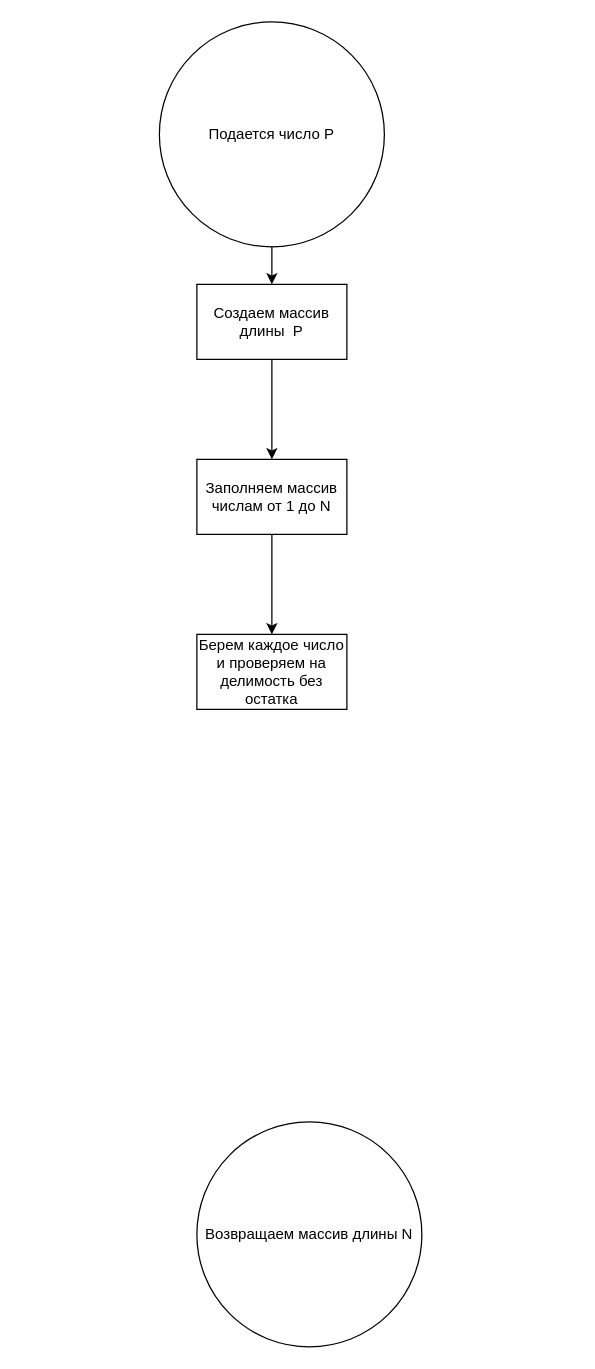
This is scheme.drawio from Redknight777999/Codewars, a draw.io file, before an edit. Source tidied: cells renumbered, new cells numbered last; positions are measured from the earlier drawing's top-left corner, leaving out a move shared by most shapes. Both pictures are drawn from the tidied source at 125%, with x=0, y=0 at pixel (159, 21).
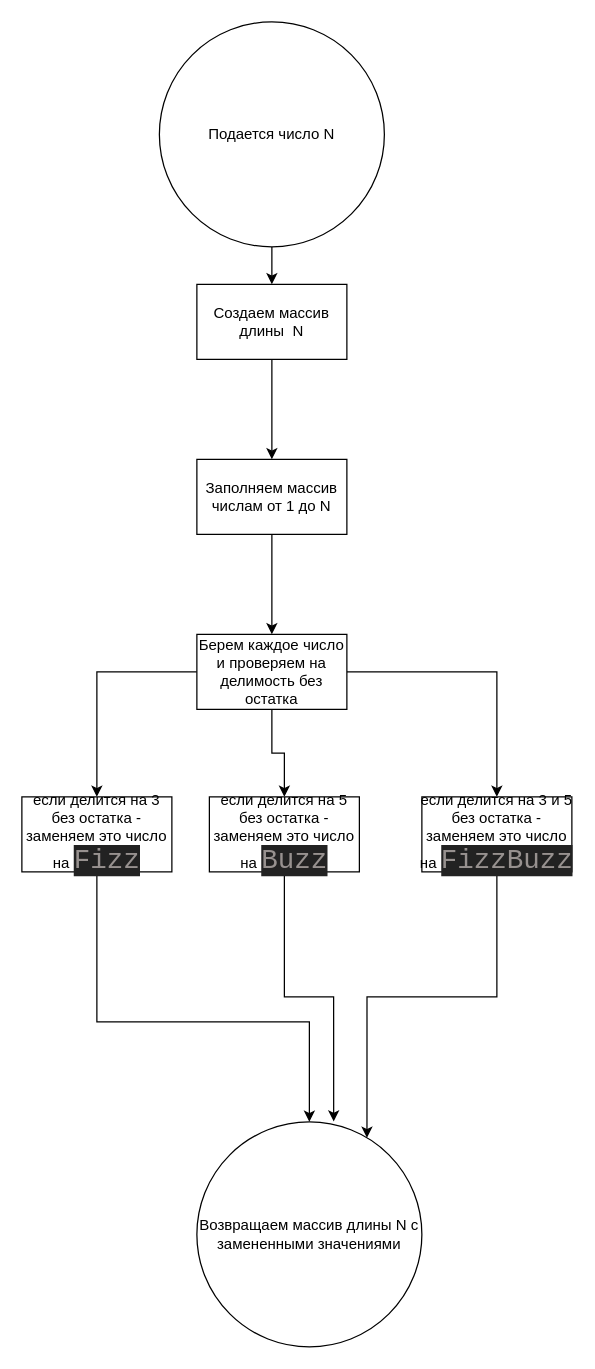
The same page after the edit.

The change refers to these unchanged cells:
```xml
<mxCell id="9" value="Берем каждое число и проверяем на делимость без остатка" style="whiteSpace=wrap;html=1;" parent="1" vertex="1">
  <mxGeometry x="30" y="490" width="120" height="60" as="geometry" />
</mxCell>
```

Change to the diagram source:
```diff
@@
-    <mxCell id="3" value="Подается число P" style="ellipse;whiteSpace=wrap;html=1;" parent="1" vertex="1">
+    <mxCell id="3" value="Подается число N" style="ellipse;whiteSpace=wrap;html=1;" parent="1" vertex="1">
       <mxGeometry width="180" height="180" as="geometry" />
     </mxCell>
-    <mxCell id="4" value="Возвращаем массив длины N" style="ellipse;whiteSpace=wrap;html=1;" parent="1" vertex="1">
+    <mxCell id="4" value="Возвращаем массив длины N с замененными значениями" style="ellipse;whiteSpace=wrap;html=1;" parent="1" vertex="1">
       <mxGeometry x="30" y="880" width="180" height="180" as="geometry" />
     </mxCell>
@@
-    <mxCell id="6" value="Создаем массив длины&amp;nbsp; P" style="whiteSpace=wrap;html=1;" parent="1" vertex="1">
+    <mxCell id="6" value="Создаем массив длины&amp;nbsp; N" style="whiteSpace=wrap;html=1;" parent="1" vertex="1">
       <mxGeometry x="30" y="210" width="120" height="60" as="geometry" />
     </mxCell>
@@
+    <mxCell id="10" style="edgeStyle=orthogonalEdgeStyle;rounded=0;jettySize=auto;html=1;" parent="1" edge="1" source="9" target="14">
+      <mxGeometry relative="1" as="geometry" />
+    </mxCell>
+    <mxCell id="11" style="edgeStyle=orthogonalEdgeStyle;rounded=0;jettySize=auto;html=1;" parent="1" edge="1" source="9" target="16">
+      <mxGeometry relative="1" as="geometry" />
+    </mxCell>
+    <mxCell id="12" style="edgeStyle=orthogonalEdgeStyle;rounded=0;jettySize=auto;html=1;" parent="1" edge="1" source="9" target="18">
+      <mxGeometry relative="1" as="geometry" />
+    </mxCell>
@@
+    <mxCell id="13" style="edgeStyle=orthogonalEdgeStyle;rounded=0;jettySize=auto;html=1;" parent="1" edge="1" source="14" target="4">
+      <mxGeometry relative="1" as="geometry">
+        <Array as="points">
+          <mxPoint x="-50" y="800" />
+          <mxPoint x="120" y="800" />
+        </Array>
+      </mxGeometry>
+    </mxCell>
+    <mxCell id="14" value="если делится на 3 без остатка - заменяем это число на&amp;nbsp;&lt;span style=&quot;color: rgb(151 , 145 , 143) ; background-color: rgb(34 , 34 , 34) ; font-family: &amp;#34;consolas&amp;#34; , &amp;#34;courier new&amp;#34; , monospace ; font-size: 22px&quot;&gt;Fizz&lt;/span&gt;" style="whiteSpace=wrap;html=1;" parent="1" vertex="1">
+      <mxGeometry x="-110" y="620" width="120" height="60" as="geometry" />
+    </mxCell>
+    <mxCell id="15" style="edgeStyle=orthogonalEdgeStyle;rounded=0;jettySize=auto;html=1;entryX=0.608;entryY=-0.002;entryDx=0;entryDy=0;entryPerimeter=0;" parent="1" edge="1" source="16" target="4">
+      <mxGeometry relative="1" as="geometry" />
+    </mxCell>
+    <mxCell id="16" value="если делится на 5 без остатка - заменяем это число на&amp;nbsp;&lt;span style=&quot;color: rgb(151 , 145 , 143) ; background-color: rgb(34 , 34 , 34) ; font-family: &amp;#34;consolas&amp;#34; , &amp;#34;courier new&amp;#34; , monospace ; font-size: 22px&quot;&gt;Buzz&lt;/span&gt;" style="whiteSpace=wrap;html=1;" parent="1" vertex="1">
+      <mxGeometry x="40" y="620" width="120" height="60" as="geometry" />
+    </mxCell>
+    <mxCell id="17" style="edgeStyle=orthogonalEdgeStyle;rounded=0;jettySize=auto;html=1;entryX=0.756;entryY=0.071;entryDx=0;entryDy=0;entryPerimeter=0;" parent="1" edge="1" source="18" target="4">
+      <mxGeometry relative="1" as="geometry" />
+    </mxCell>
+    <mxCell id="18" value="если делится на 3 и 5 без остатка - заменяем это число на&amp;nbsp;&lt;span style=&quot;color: rgb(151 , 145 , 143) ; background-color: rgb(34 , 34 , 34) ; font-family: &amp;#34;consolas&amp;#34; , &amp;#34;courier new&amp;#34; , monospace ; font-size: 22px&quot;&gt;FizzBuzz&lt;/span&gt;" style="whiteSpace=wrap;html=1;" parent="1" vertex="1">
+      <mxGeometry x="210" y="620" width="120" height="60" as="geometry" />
+    </mxCell>
```
